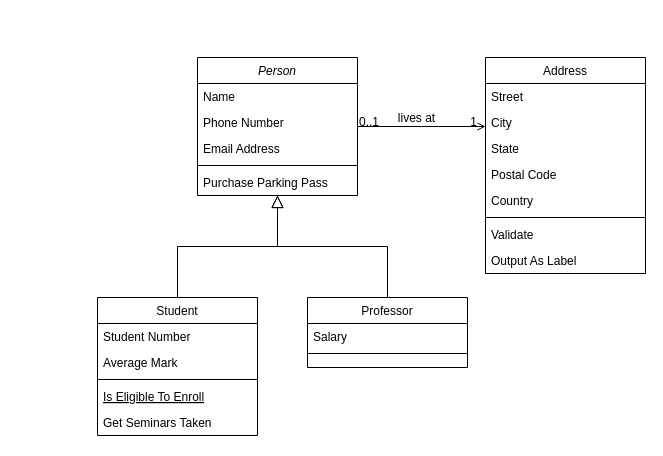
hankei6km/test_diagram.drawio keeps this draw.io diagram as Untitled Diagram.drawio. Above is the earlier version. Source tidied: cells renumbered, new cells numbered last; positions are measured from the earlier drawing's top-left corner, leaving out a move shared by most shapes. Both pictures are drawn from the tidied source at 100%, with x=0, y=0 at pixel (97, 57).
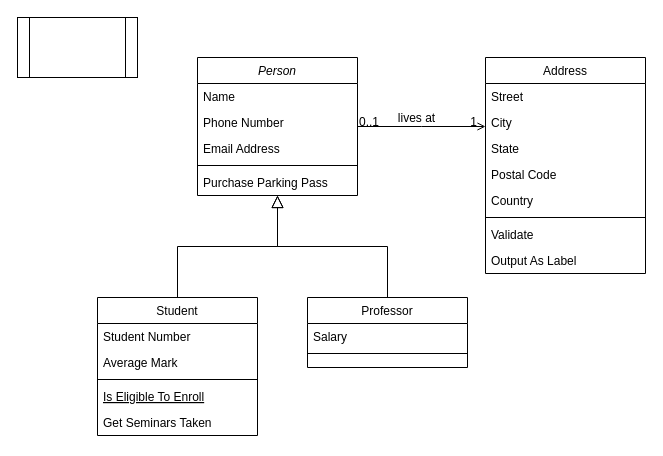
The same page after the edit.

Change to the diagram source:
```diff
@@
+    <mxCell id="32" style="shape=process;whiteSpace=wrap;html=1;backgroundOutline=1;" parent="1" vertex="1">
+      <mxGeometry x="-80" y="-40" width="120" height="60" as="geometry" />
+    </mxCell>
```
